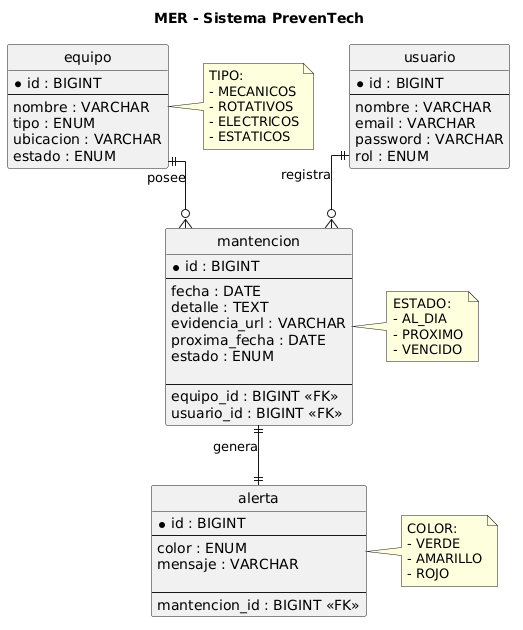
Before: Documentación/Modelo Entidad-Relacion.png, a diagram exported from PlantUML (less1205/PrevenTech).
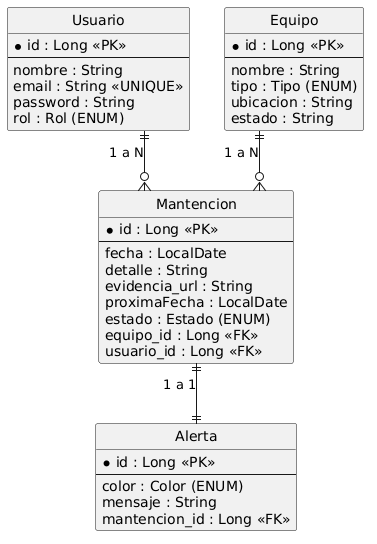
Later version of the same file.

Commit message:
docs(diagrams): actualizar ER, diagrama de clases y documento MER

Se reemplazan los recursos binarios en /Documentación con sus versiones actualizadas:

Diagrama de clases (PNG)
Diagrama entidad-relación (PNG)
Documento MER (DOCX)

Actualiza la documentación del modelo de datos y los diagramas de diseño del proyecto.

Change to the diagram source:
```diff
@@ -1,74 +1,47 @@
 @startuml
-title MER - Sistema PrevenTech
-
+hide methods
 hide circle
 skinparam linetype ortho
 
-entity usuario {
-    * id : BIGINT
-    --
-    nombre : VARCHAR
-    email : VARCHAR
-    password : VARCHAR
-    rol : ENUM
+entity "Usuario" as usuario {
+  *id : Long <<PK>>
+  --
+  nombre : String
+  email : String <<UNIQUE>>
+  password : String
+  rol : Rol (ENUM)
 }
 
-entity equipo {
-    * id : BIGINT
-    --
-    nombre : VARCHAR
-    tipo : ENUM
-    ubicacion : VARCHAR
-    estado : ENUM
+entity "Equipo" as equipo {
+  *id : Long <<PK>>
+  --
+  nombre : String
+  tipo : Tipo (ENUM)
+  ubicacion : String
+  estado : String
 }
 
-entity mantencion {
-    * id : BIGINT
-    --
-    fecha : DATE
-    detalle : TEXT
-    evidencia_url : VARCHAR
-    proxima_fecha : DATE
-    estado : ENUM
-
-    --
-    equipo_id : BIGINT <<FK>>
-    usuario_id : BIGINT <<FK>>
+entity "Mantencion" as mantencion {
+  *id : Long <<PK>>
+  --
+  fecha : LocalDate
+  detalle : String
+  evidencia_url : String
+  proximaFecha : LocalDate
+  estado : Estado (ENUM)
+  equipo_id : Long <<FK>>
+  usuario_id : Long <<FK>>
 }
 
-entity alerta {
-    * id : BIGINT
-    --
-    color : ENUM
-    mensaje : VARCHAR
-
-    --
-    mantencion_id : BIGINT <<FK>>
+entity "Alerta" as alerta {
+  *id : Long <<PK>>
+  --
+  color : Color (ENUM)
+  mensaje : String
+  mantencion_id : Long <<FK>>
 }
 
-usuario ||--o{ mantencion : registra
-equipo ||--o{ mantencion : posee
-mantencion ||--|| alerta : genera
-
-note right of equipo
-TIPO:
-- MECANICOS
-- ROTATIVOS
-- ELECTRICOS
-- ESTATICOS
-end note
-
-note right of mantencion
-ESTADO:
-- AL_DIA
-- PROXIMO
-- VENCIDO
-end note
-
-note right of alerta
-COLOR:
-- VERDE
-- AMARILLO
-- ROJO
-end note
+equipo ||--o{ mantencion : "1 a N"
+usuario ||--o{ mantencion : "1 a N"
+mantencion ||--|| alerta : "1 a 1"
 @enduml
```
